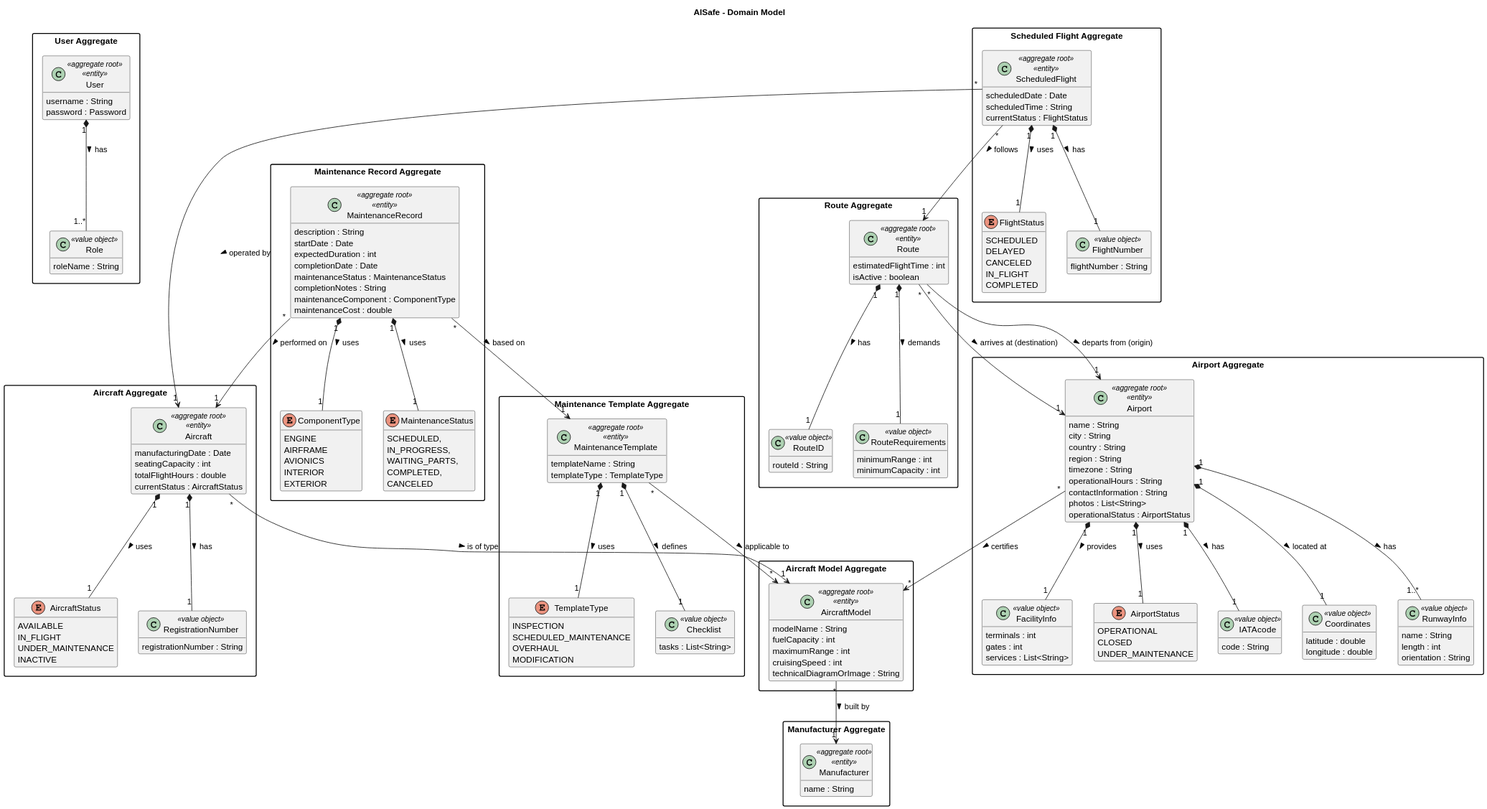
Before: docs/system-documentation/global-artifacts/svg/Domain Model.svg, a diagram exported from PlantUML (Martim690/PSOFT_2db_1240690_1241484_1230985_1240568). Its diagram source:
```plantuml
@startuml
skinparam classAttributeIconSize 0
skinparam packageStyle rectangle
hide empty methods
title AlSafe - Domain Model

package "User Aggregate" {
  class User <<aggregate root>> <<entity>> {
    username : String
    password : Password
  }
  class Role <<value object>> {
    roleName : String
  }
  User "1" *-- "1..*" Role : has >
}

package "Manufacturer Aggregate" {
  class Manufacturer <<aggregate root>> <<entity>> {
    name : String
  }
}

package "Aircraft Model Aggregate" {
  class AircraftModel <<aggregate root>> <<entity>> {
    modelName : String
    fuelCapacity : int
    maximumRange : int
    cruisingSpeed : int
    technicalDiagramOrImage : String
  }
}

package "Aircraft Aggregate" {
  enum AircraftStatus {
    AVAILABLE
    IN_FLIGHT
    UNDER_MAINTENANCE
    INACTIVE
  }

  class Aircraft <<aggregate root>> <<entity>> {
    manufacturingDate : Date
    seatingCapacity : int
    totalFlightHours : double
    currentStatus : AircraftStatus
  }

  class RegistrationNumber <<value object>> {
    registrationNumber : String
  }

    Aircraft "1" *-- "1" RegistrationNumber : has >
  Aircraft "1" *-- "1" AircraftStatus : uses >
}

package "Airport Aggregate" {
  enum AirportStatus {
    OPERATIONAL
    CLOSED
    UNDER_MAINTENANCE
  }

  class Airport <<aggregate root>> <<entity>> {
    name : String
    city : String
    country : String
    region : String
    timezone : String
    operationalHours : String
    contactInformation : String
    photos : List<String>
    operationalStatus : AirportStatus
  }

  class IATAcode <<value object>> {
    code : String
  }

  class Coordinates <<value object>> {
    latitude : double
    longitude : double
  }

  class RunwayInfo <<value object>> {
    name : String
    length : int
    orientation : String
  }

  class FacilityInfo <<value object>> {
    terminals : int
    gates : int
    services : List<String>
  }

  Airport "1" *-- "1" Coordinates : located at >
  Airport "1" *-- "1" IATAcode : has >
  Airport "1" *-- "1..*" RunwayInfo : has >
  Airport "1" *-- "1" AirportStatus : uses >
  Airport "1" *-- "1" FacilityInfo : provides >
}

package "Route Aggregate" {
  class Route <<aggregate root>> <<entity>> {
    estimatedFlightTime : int
    isActive : boolean
  }
  class RouteID <<value object>> {
    routeId : String
  }

  class RouteRequirements <<value object>> {
    minimumRange : int
    minimumCapacity : int
  }
  Route "1" *-- "1" RouteRequirements : demands >
    Route "1" *-- "1" RouteID : has >
}

package "Scheduled Flight Aggregate" {

  enum FlightStatus {
    SCHEDULED
    DELAYED
    CANCELED
    IN_FLIGHT
    COMPLETED
  }

  class ScheduledFlight <<aggregate root>> <<entity>> {
    scheduledDate : Date
    scheduledTime : String
    currentStatus : FlightStatus
  }

  class FlightNumber <<value object>> {
   flightNumber : String
  }

  ScheduledFlight "1" *-- "1" FlightNumber : has >
  ScheduledFlight "1" *-- "1" FlightStatus : uses >
}

package "Maintenance Template Aggregate" {
  enum TemplateType {
    INSPECTION
    SCHEDULED_MAINTENANCE
    OVERHAUL
    MODIFICATION
  }

  class MaintenanceTemplate <<aggregate root>> <<entity>> {
    templateName : String
    templateType : TemplateType
  }

  class Checklist <<value object>> {
    tasks : List<String>
  }

  MaintenanceTemplate "1" *-- "1" Checklist : defines >
  MaintenanceTemplate "1" *-- "1" TemplateType : uses >
}

package "Maintenance Record Aggregate" {
  enum ComponentType {
    ENGINE
    AIRFRAME
    AVIONICS
    INTERIOR
    EXTERIOR
  }

  class MaintenanceRecord <<aggregate root>> <<entity>> {
    description : String
    startDate : Date
    expectedDuration : int
    completionDate : Date
    maintenanceStatus : MaintenanceStatus
    completionNotes : String
    maintenanceComponent : ComponentType
    maintenanceCost : double
  }

  enum MaintenanceStatus {
   SCHEDULED,
   IN_PROGRESS,
   WAITING_PARTS,
   COMPLETED,
   CANCELED
 }

  MaintenanceRecord "1" *-- "1" ComponentType : uses >
  MaintenanceRecord "1" *-- "1" MaintenanceStatus : uses >
}

AircraftModel "*" --> "1" Manufacturer : built by >

Aircraft "*" --> "1" AircraftModel : is of type >
Airport "*" --> "*" AircraftModel : certifies >

Route "*" --> "1" Airport : departs from (origin) >
Route "*" --> "1" Airport : arrives at (destination) >

ScheduledFlight "*" --> "1" Route : follows >
ScheduledFlight "*" --> "1" Aircraft : operated by >

MaintenanceTemplate "*" --> "*" AircraftModel : applicable to >
MaintenanceRecord "*" --> "1" Aircraft : performed on >
MaintenanceRecord "*" --> "1" MaintenanceTemplate : based on >
@enduml
```
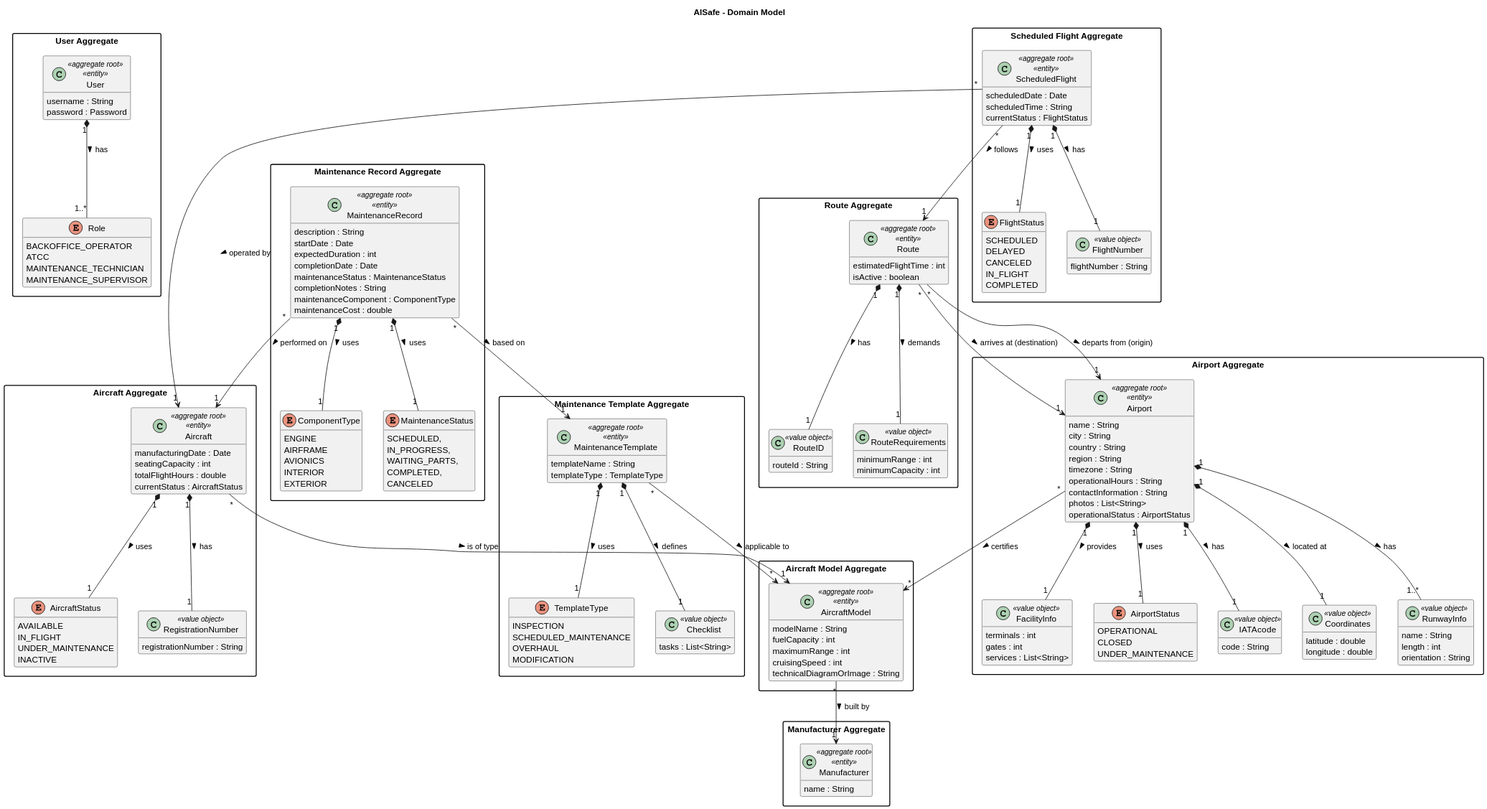
After the commit.

Diff of the diagram source:
```diff
@@ -4,13 +4,18 @@
 hide empty methods
 title AlSafe - Domain Model
 
+
+
 package "User Aggregate" {
   class User <<aggregate root>> <<entity>> {
     username : String
     password : Password
   }
-  class Role <<value object>> {
-    roleName : String
+  enum Role {
+    BACKOFFICE_OPERATOR
+    ATCC
+    MAINTENANCE_TECHNICIAN
+    MAINTENANCE_SUPERVISOR
   }
   User "1" *-- "1..*" Role : has >
 }
@@ -20,6 +25,8 @@
     name : String
   }
 }
+
+
 
 package "Aircraft Model Aggregate" {
   class AircraftModel <<aggregate root>> <<entity>> {
@@ -53,6 +60,8 @@
     Aircraft "1" *-- "1" RegistrationNumber : has >
   Aircraft "1" *-- "1" AircraftStatus : uses >
 }
+
+
 
 package "Airport Aggregate" {
   enum AirportStatus {
@@ -101,6 +110,8 @@
   Airport "1" *-- "1" FacilityInfo : provides >
 }
 
+
+
 package "Route Aggregate" {
   class Route <<aggregate root>> <<entity>> {
     estimatedFlightTime : int
@@ -117,6 +128,8 @@
   Route "1" *-- "1" RouteRequirements : demands >
     Route "1" *-- "1" RouteID : has >
 }
+
+
 
 package "Scheduled Flight Aggregate" {
 
@@ -141,6 +154,8 @@
   ScheduledFlight "1" *-- "1" FlightNumber : has >
   ScheduledFlight "1" *-- "1" FlightStatus : uses >
 }
+
+
 
 package "Maintenance Template Aggregate" {
   enum TemplateType {
@@ -195,6 +210,8 @@
   MaintenanceRecord "1" *-- "1" MaintenanceStatus : uses >
 }
 
+
+
 AircraftModel "*" --> "1" Manufacturer : built by >
 
 Aircraft "*" --> "1" AircraftModel : is of type >
```
